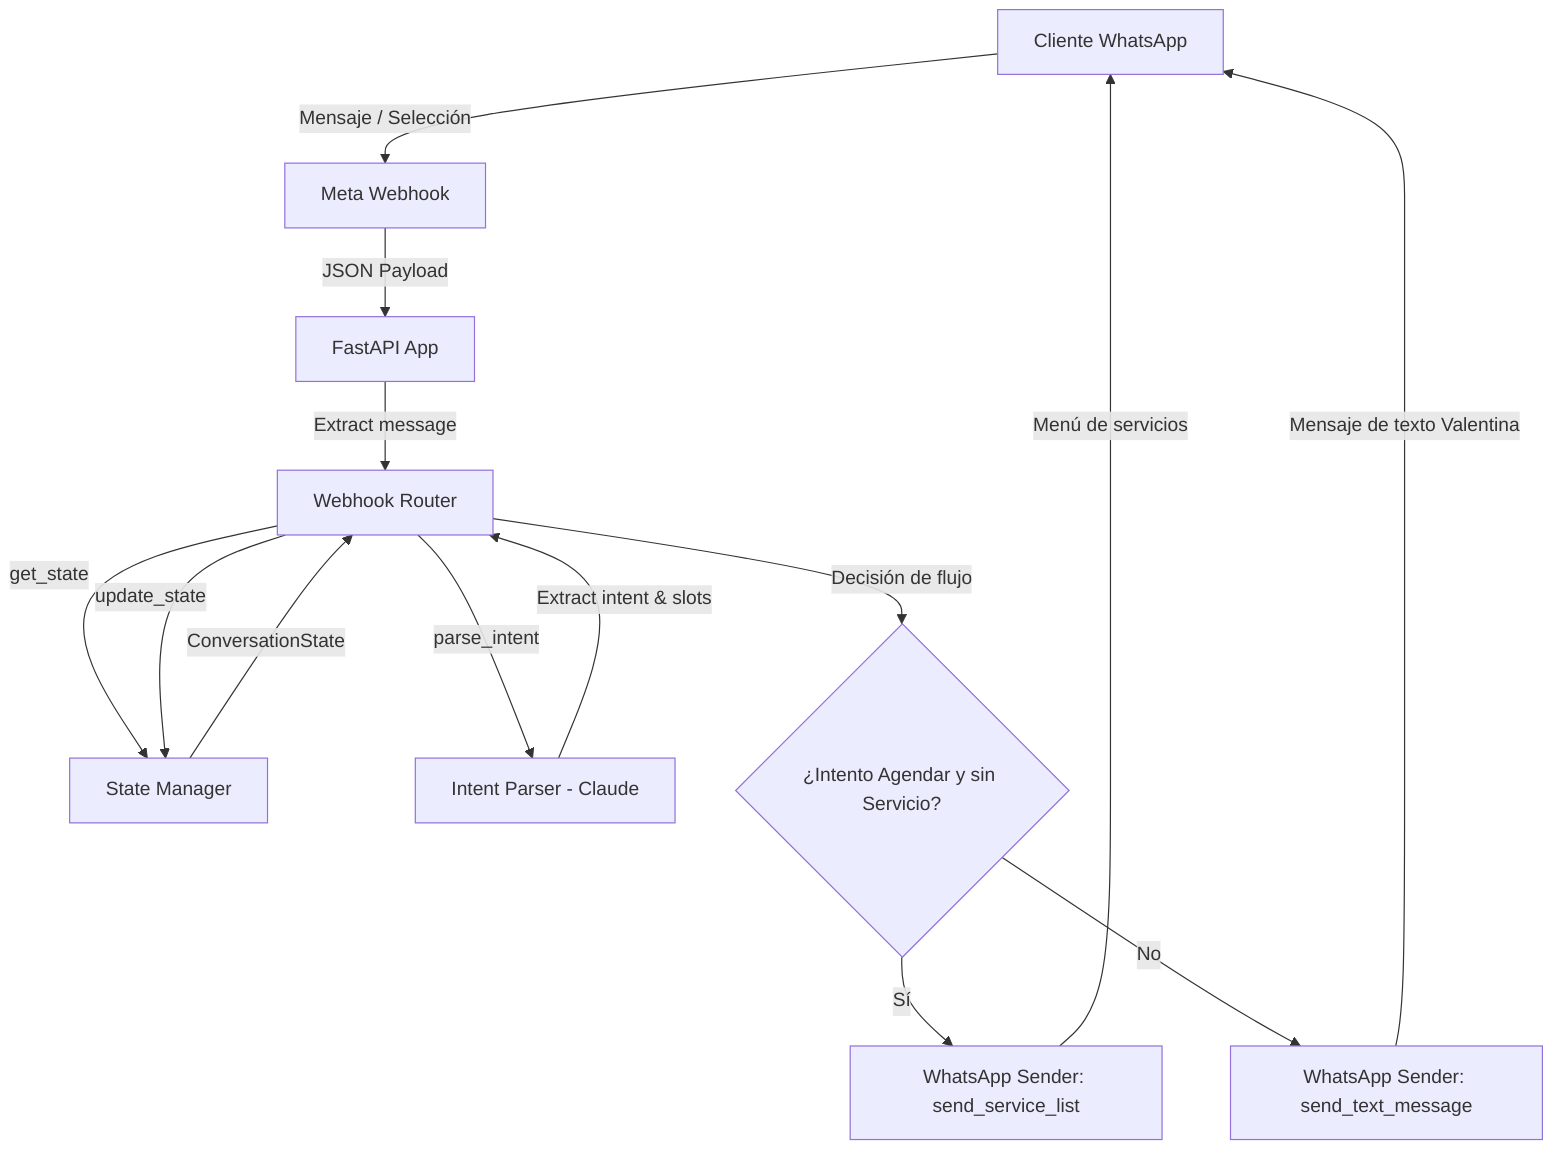
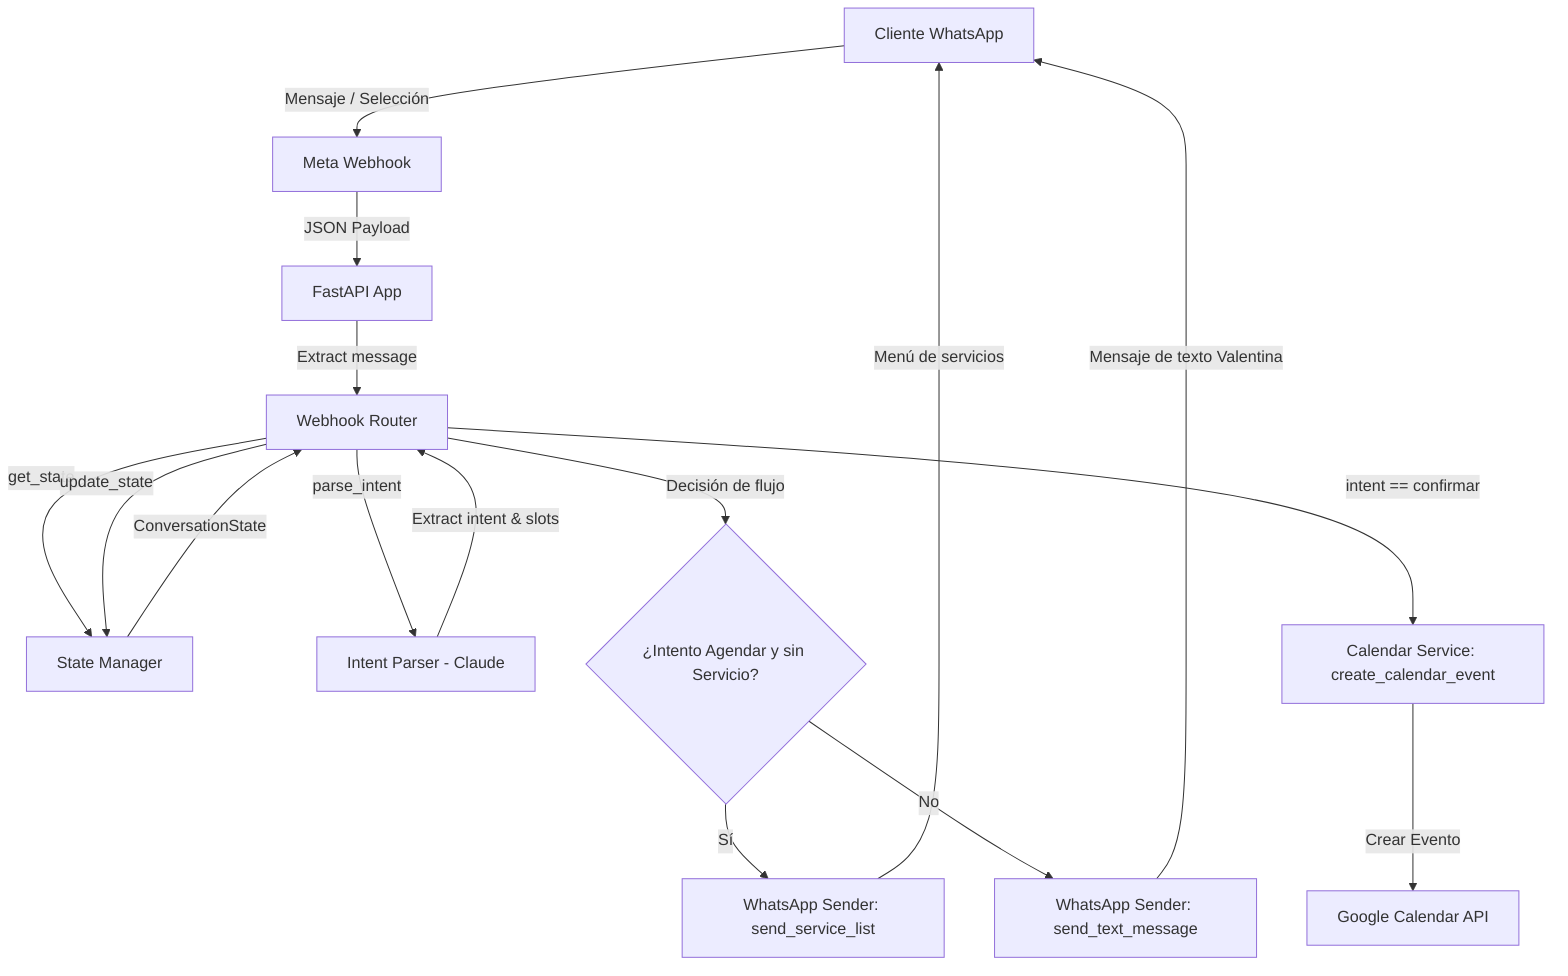
graph TD
    User[Cliente WhatsApp] -->|Mensaje / Selección| Webhook[Meta Webhook]
    Webhook -->|JSON Payload| FastAPI[FastAPI App]
    FastAPI -->|Extract message| WebhookRouter[Webhook Router]

    WebhookRouter -->|get_state| StateManager[State Manager]
    StateManager -->|ConversationState| WebhookRouter

    WebhookRouter -->|parse_intent| IntentParser[Intent Parser - Claude]
    IntentParser -->|Extract intent & slots| WebhookRouter

    WebhookRouter -->|update_state| StateManager

    WebhookRouter -->|Decisión de flujo| FlowBranch{¿Intento Agendar y sin Servicio?}
    FlowBranch -->|Sí| SendInteractive[WhatsApp Sender: send_service_list]
    FlowBranch -->|No| SendText[WhatsApp Sender: send_text_message]

+     WebhookRouter -->|intent == confirmar| GoogleCalendar[Calendar Service: create_calendar_event]
+     GoogleCalendar -->|Crear Evento| GoogleCalendarAPI[Google Calendar API]
+ 
    SendInteractive -->|Menú de servicios| User
    SendText -->|Mensaje de texto Valentina| User
+ 
